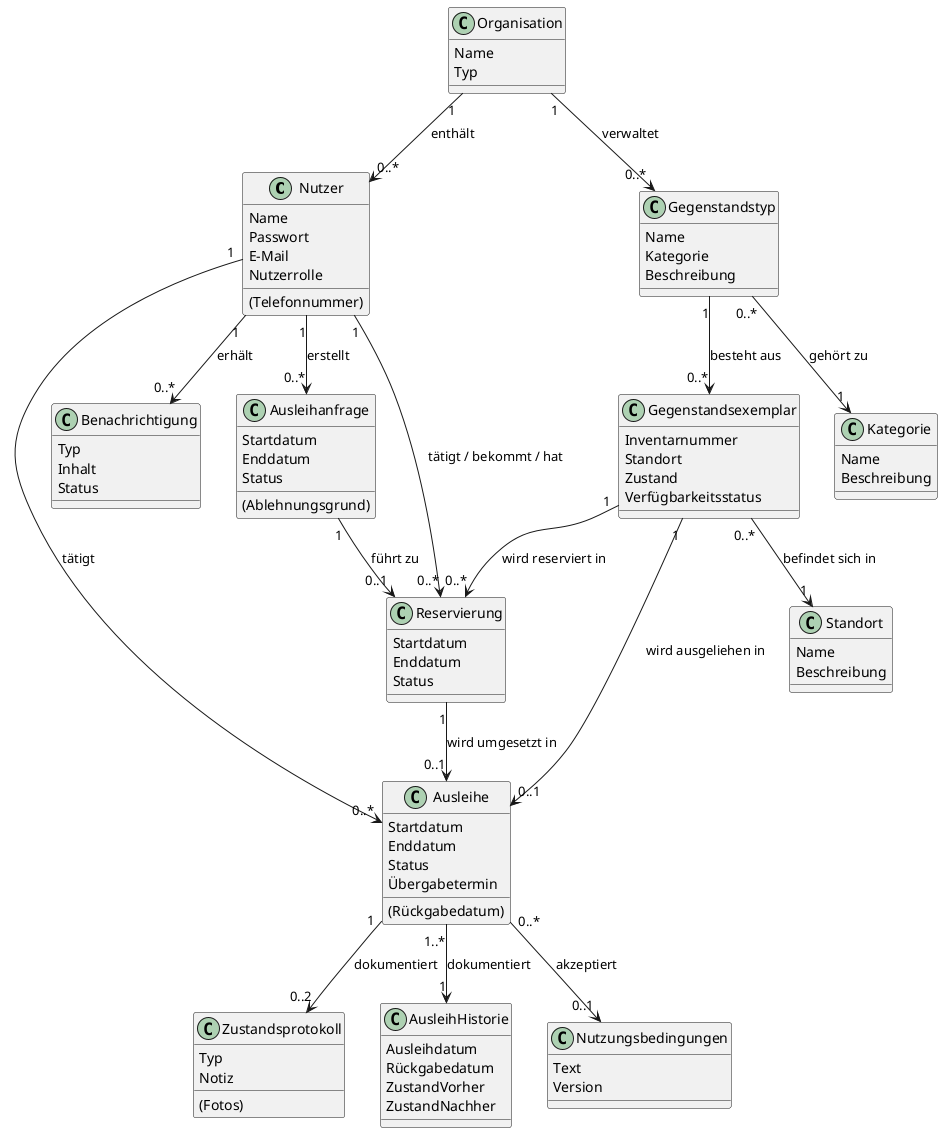
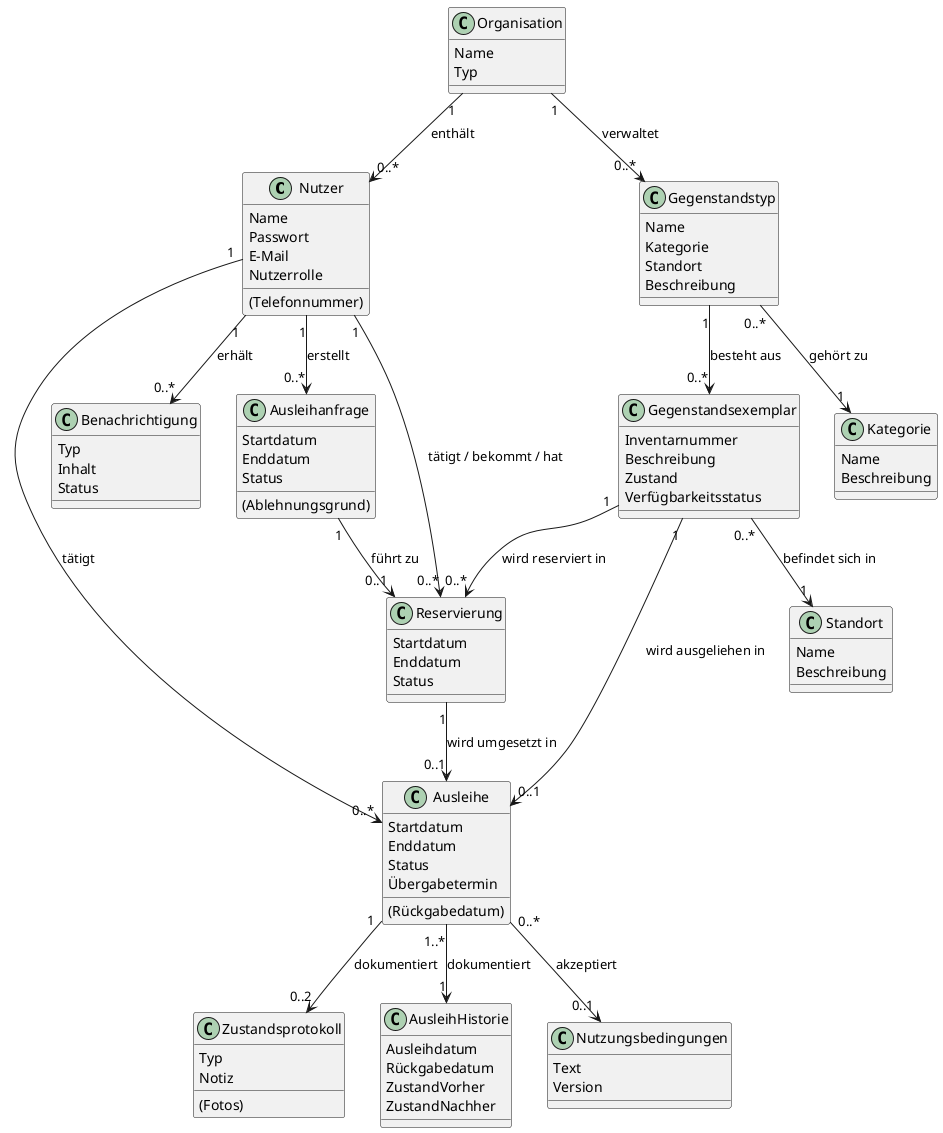
@startuml

class Nutzer {
  Name
  Passwort
  E-Mail
  (Telefonnummer)
  Nutzerrolle
}

class Organisation {
  Name
  Typ
}

class Gegenstandstyp {
  Name
  Kategorie
+   Standort
  Beschreibung
}

class Gegenstandsexemplar {
  Inventarnummer
-   Standort
+   Beschreibung
  Zustand
  Verfügbarkeitsstatus
}

class Ausleihanfrage {
  Startdatum
  Enddatum
  Status
  (Ablehnungsgrund)
}


class Ausleihe {
  Startdatum
  Enddatum
  Status
  Übergabetermin
  (Rückgabedatum)
}

class Reservierung {
  Startdatum
  Enddatum
  Status
}

class Zustandsprotokoll {
  Typ
  Notiz
  (Fotos)
}

class Benachrichtigung {
  Typ
  Inhalt
  Status
}



class AusleihHistorie {
  Ausleihdatum
  Rückgabedatum
  ZustandVorher
  ZustandNachher
}

class Standort {
  Name
  Beschreibung
}

class Kategorie {
  Name
  Beschreibung
}

class Nutzungsbedingungen {
  Text
  Version
}

Nutzer "1" --> "0..*" Ausleihanfrage : erstellt
Nutzer "1" --> "0..*" Ausleihe : tätigt
Nutzer "1" --> "0..*" Reservierung : tätigt / bekommt / hat
Organisation "1" --> "0..*" Nutzer : enthält
Organisation "1" --> "0..*" Gegenstandstyp : verwaltet
Gegenstandstyp "1" --> "0..*" Gegenstandsexemplar : besteht aus
Gegenstandsexemplar "1" --> "0..*" Reservierung : wird reserviert in
Gegenstandsexemplar "1" --> "0..1" Ausleihe : wird ausgeliehen in
Ausleihanfrage "1" --> "0..1" Reservierung : führt zu
Reservierung "1" --> "0..1" Ausleihe : wird umgesetzt in
Ausleihe "1" --> "0..2" Zustandsprotokoll : dokumentiert
Ausleihe "1..*" --> "1" AusleihHistorie : dokumentiert
Gegenstandstyp "0..*" --> "1" Kategorie : gehört zu
Gegenstandsexemplar "0..*" --> "1" Standort : befindet sich in
Nutzer "1" --> "0..*" Benachrichtigung : erhält
Ausleihe "0..*" --> "0..1" Nutzungsbedingungen : akzeptiert

@enduml